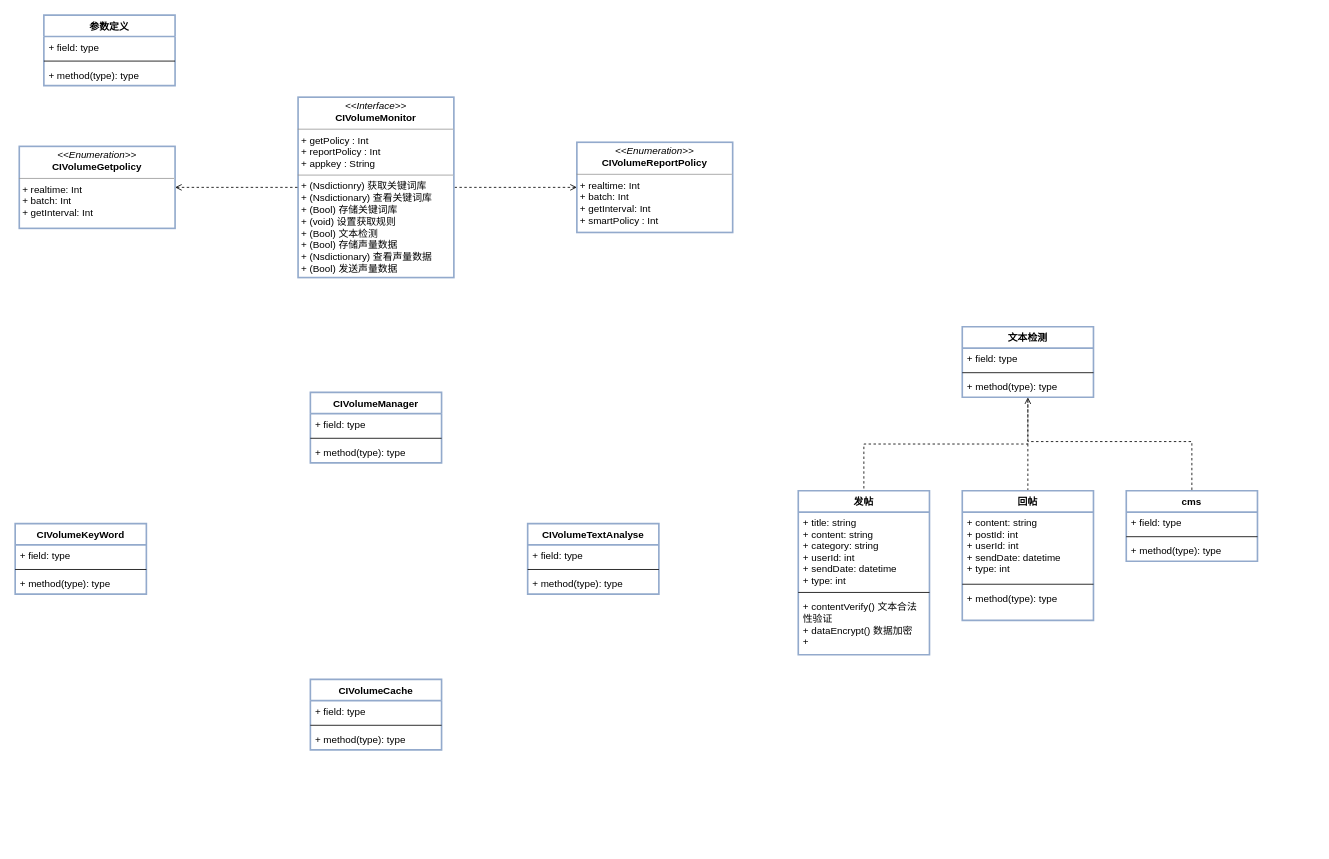
Above: page "Page-3" (3 of 3) of volume system.drawio in ikeyyang/uml (draw.io), before the change. Source tidied: cells renumbered, new cells numbered last; positions are measured from the earlier drawing's top-left corner, leaving out a move shared by most shapes. Both pictures are drawn from the tidied source at 82%, with x=0, y=0 at pixel (15, 15).
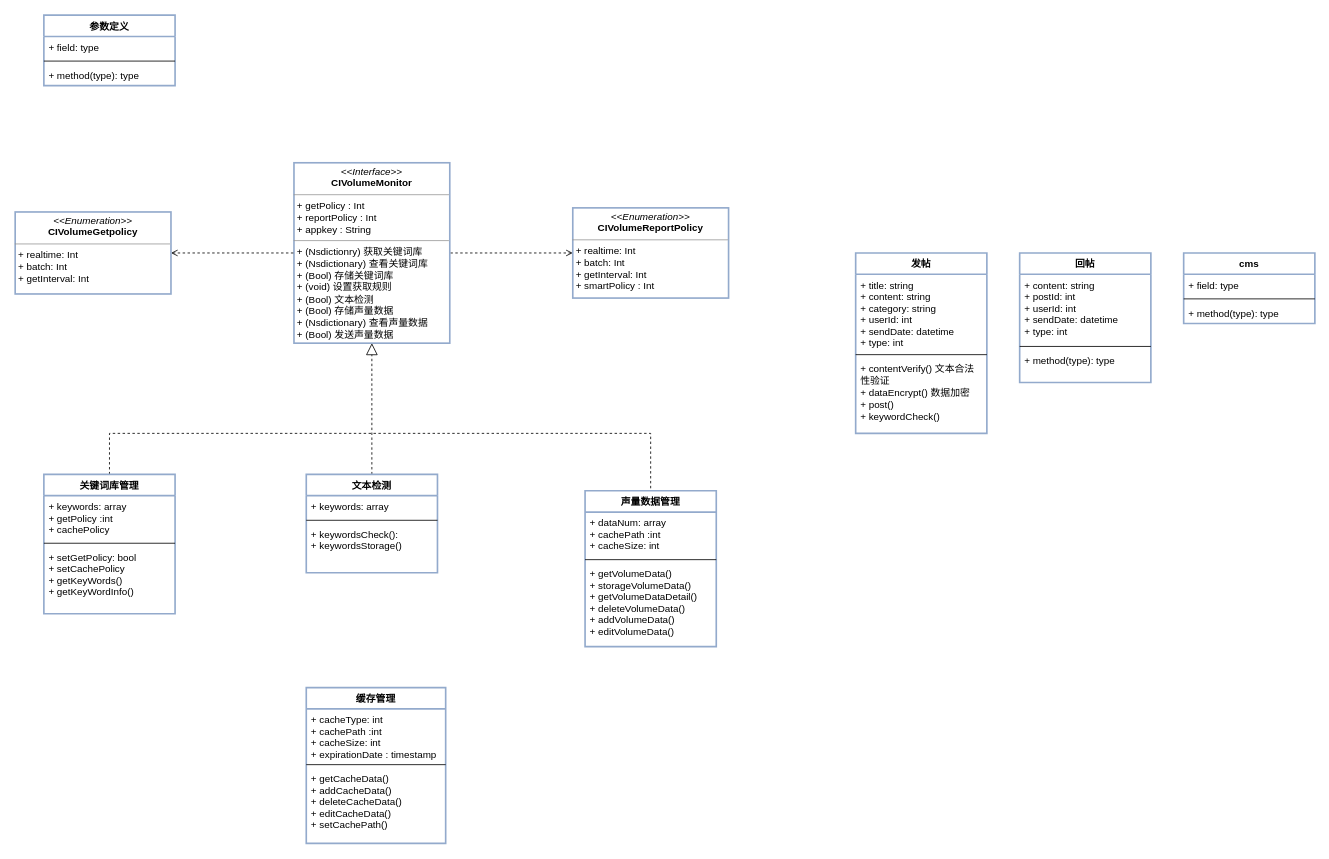
Above is the later version.

What changed in the source:
```diff
@@
-    <mxCell id="6" value="CIVolumeManager" style="swimlane;fontStyle=1;align=center;verticalAlign=top;horizontal=1;startSize=26;strokeColor=#93AACC;strokeWidth=2;fillColor=none;" parent="1" vertex="1">
-      <mxGeometry x="360" y="460" width="160" height="86" as="geometry" />
-    </mxCell>
-    <mxCell id="7" value="+ field: type" style="text;strokeColor=none;fillColor=none;align=left;verticalAlign=top;spacingLeft=4;spacingRight=4;overflow=hidden;" parent="6" vertex="1">
-      <mxGeometry y="26" width="160" height="26" as="geometry" />
-    </mxCell>
-    <mxCell id="8" style="line;strokeWidth=1;fillColor=none;align=left;verticalAlign=middle;spacingTop=-1;spacingLeft=3;spacingRight=3;labelPosition=right;" parent="6" vertex="1">
-      <mxGeometry y="52" width="160" height="8" as="geometry" />
-    </mxCell>
-    <mxCell id="9" value="+ method(type): type" style="text;strokeColor=none;fillColor=none;align=left;verticalAlign=top;spacingLeft=4;spacingRight=4;overflow=hidden;" parent="6" vertex="1">
-      <mxGeometry y="60" width="160" height="26" as="geometry" />
-    </mxCell>
-    <mxCell id="10" style="edgeStyle=orthogonalEdgeStyle;rounded=0;jumpStyle=none;jettySize=auto;html=1;exitX=0;exitY=0.5;exitDx=0;exitDy=0;entryX=1;entryY=0.5;entryDx=0;entryDy=0;dashed=1;startArrow=open;startFill=0;endArrow=none;endFill=0;strokeWidth=1;" parent="1" edge="1" source="14" target="11">
+    <mxCell id="10" style="edgeStyle=orthogonalEdgeStyle;rounded=0;jumpStyle=none;jettySize=auto;html=1;exitX=0;exitY=0.5;exitDx=0;exitDy=0;entryX=1;entryY=0.5;entryDx=0;entryDy=0;startArrow=open;startFill=0;endArrow=none;endFill=0;strokeWidth=1;dashed=1;" parent="1" edge="1" source="14" target="11">
       <mxGeometry relative="1" as="geometry" />
     </mxCell>
     <mxCell id="11" value="&lt;p style=&quot;margin: 0px ; margin-top: 4px ; text-align: center&quot;&gt;&lt;i&gt;&amp;lt;&amp;lt;Interface&amp;gt;&amp;gt;&lt;/i&gt;&lt;br&gt;&lt;span style=&quot;font-weight: 700&quot;&gt;CIVolumeMonitor&lt;/span&gt;&lt;br&gt;&lt;/p&gt;&lt;hr size=&quot;1&quot;&gt;&lt;p style=&quot;margin: 0px ; margin-left: 4px&quot;&gt;+ getPolicy : Int&lt;br&gt;+ reportPolicy : Int&lt;/p&gt;&lt;p style=&quot;margin: 0px ; margin-left: 4px&quot;&gt;+ appkey : String&lt;/p&gt;&lt;hr size=&quot;1&quot;&gt;&lt;p style=&quot;margin: 0px ; margin-left: 4px&quot;&gt;+ (Nsdictionry) 获取关键词库&lt;br&gt;+ (Nsdictionary) 查看关键词库&lt;/p&gt;&lt;p style=&quot;margin: 0px ; margin-left: 4px&quot;&gt;+ (Bool) 存储关键词库&lt;/p&gt;&lt;p style=&quot;margin: 0px ; margin-left: 4px&quot;&gt;+ (void) 设置获取规则&lt;/p&gt;&lt;p style=&quot;margin: 0px ; margin-left: 4px&quot;&gt;+ (Bool) 文本检测&lt;/p&gt;&lt;p style=&quot;margin: 0px ; margin-left: 4px&quot;&gt;+ (Bool) 存储声量数据&lt;/p&gt;&lt;p style=&quot;margin: 0px ; margin-left: 4px&quot;&gt;+ (Nsdictionary) 查看声量数据&lt;/p&gt;&lt;p style=&quot;margin: 0px ; margin-left: 4px&quot;&gt;+ (Bool) 发送声量数据&amp;nbsp;&lt;/p&gt;" style="verticalAlign=top;align=left;overflow=fill;fontSize=12;fontFamily=Helvetica;html=1;strokeColor=#93AACC;strokeWidth=2;fillColor=none;" parent="1" vertex="1">
-      <mxGeometry x="345" y="100" width="190" height="220" as="geometry" />
+      <mxGeometry x="340" y="180" width="190" height="220" as="geometry" />
     </mxCell>
@@
     <mxCell id="13" value="&lt;p style=&quot;margin: 0px ; margin-top: 4px ; text-align: center&quot;&gt;&lt;i&gt;&amp;lt;&amp;lt;Enumeration&amp;gt;&amp;gt;&lt;/i&gt;&lt;br&gt;&lt;b&gt;CIVolumeGetpolicy&lt;/b&gt;&lt;/p&gt;&lt;hr size=&quot;1&quot;&gt;&lt;p style=&quot;margin: 0px ; margin-left: 4px&quot;&gt;+ realtime: Int&lt;br&gt;+ batch: Int&lt;/p&gt;&lt;p style=&quot;margin: 0px ; margin-left: 4px&quot;&gt;+ getInterval: Int&lt;br&gt;&lt;/p&gt;&lt;p style=&quot;margin: 0px ; margin-left: 4px&quot;&gt;&lt;br&gt;&lt;/p&gt;" style="verticalAlign=top;align=left;overflow=fill;fontSize=12;fontFamily=Helvetica;html=1;strokeColor=#93AACC;strokeWidth=2;fillColor=none;" parent="1" vertex="1">
-      <mxGeometry x="5" y="160" width="190" height="100" as="geometry" />
+      <mxGeometry y="240" width="190" height="100" as="geometry" />
     </mxCell>
     <mxCell id="14" value="&lt;p style=&quot;margin: 0px ; margin-top: 4px ; text-align: center&quot;&gt;&lt;i&gt;&amp;lt;&amp;lt;Enumeration&amp;gt;&amp;gt;&lt;/i&gt;&lt;br&gt;&lt;b&gt;CIVolumeReportPolicy&lt;/b&gt;&lt;/p&gt;&lt;hr size=&quot;1&quot;&gt;&lt;p style=&quot;margin: 0px 0px 0px 4px&quot;&gt;+ realtime: Int&lt;br&gt;+ batch: Int&lt;/p&gt;&lt;p style=&quot;margin: 0px 0px 0px 4px&quot;&gt;+ getInterval: Int&lt;/p&gt;&lt;p style=&quot;margin: 0px 0px 0px 4px&quot;&gt;+ smartPolicy : Int&lt;/p&gt;&lt;p style=&quot;margin: 0px ; margin-left: 4px&quot;&gt;&lt;br&gt;&lt;/p&gt;" style="verticalAlign=top;align=left;overflow=fill;fontSize=12;fontFamily=Helvetica;html=1;strokeColor=#93AACC;strokeWidth=2;fillColor=none;" parent="1" vertex="1">
-      <mxGeometry x="685" y="155" width="190" height="110" as="geometry" />
+      <mxGeometry x="680" y="235" width="190" height="110" as="geometry" />
     </mxCell>
-    <mxCell id="15" value="CIVolumeKeyWord" style="swimlane;fontStyle=1;align=center;verticalAlign=top;horizontal=1;startSize=26;strokeColor=#93AACC;strokeWidth=2;fillColor=none;" parent="1" vertex="1">
-      <mxGeometry y="620" width="160" height="86" as="geometry" />
-    </mxCell>
-    <mxCell id="16" value="+ field: type" style="text;strokeColor=none;fillColor=none;align=left;verticalAlign=top;spacingLeft=4;spacingRight=4;overflow=hidden;" parent="15" vertex="1">
-      <mxGeometry y="26" width="160" height="26" as="geometry" />
-    </mxCell>
-    <mxCell id="17" style="line;strokeWidth=1;fillColor=none;align=left;verticalAlign=middle;spacingTop=-1;spacingLeft=3;spacingRight=3;labelPosition=right;" parent="15" vertex="1">
-      <mxGeometry y="52" width="160" height="8" as="geometry" />
-    </mxCell>
-    <mxCell id="18" value="+ method(type): type" style="text;strokeColor=none;fillColor=none;align=left;verticalAlign=top;spacingLeft=4;spacingRight=4;overflow=hidden;" parent="15" vertex="1">
-      <mxGeometry y="60" width="160" height="26" as="geometry" />
-    </mxCell>
-    <mxCell id="19" value="CIVolumeCache" style="swimlane;fontStyle=1;align=center;verticalAlign=top;horizontal=1;startSize=26;strokeColor=#93AACC;strokeWidth=2;fillColor=none;" parent="1" vertex="1">
-      <mxGeometry x="360" y="810" width="160" height="86" as="geometry" />
-    </mxCell>
-    <mxCell id="20" value="+ field: type" style="text;strokeColor=none;fillColor=none;align=left;verticalAlign=top;spacingLeft=4;spacingRight=4;overflow=hidden;" parent="19" vertex="1">
-      <mxGeometry y="26" width="160" height="26" as="geometry" />
-    </mxCell>
-    <mxCell id="21" style="line;strokeWidth=1;fillColor=none;align=left;verticalAlign=middle;spacingTop=-1;spacingLeft=3;spacingRight=3;labelPosition=right;" parent="19" vertex="1">
-      <mxGeometry y="52" width="160" height="8" as="geometry" />
-    </mxCell>
-    <mxCell id="22" value="+ method(type): type" style="text;strokeColor=none;fillColor=none;align=left;verticalAlign=top;spacingLeft=4;spacingRight=4;overflow=hidden;" parent="19" vertex="1">
-      <mxGeometry y="60" width="160" height="26" as="geometry" />
-    </mxCell>
-    <mxCell id="23" value="CIVolumeTextAnalyse" style="swimlane;fontStyle=1;align=center;verticalAlign=top;horizontal=1;startSize=26;strokeColor=#93AACC;strokeWidth=2;fillColor=none;" parent="1" vertex="1">
-      <mxGeometry x="625" y="620" width="160" height="86" as="geometry" />
-    </mxCell>
-    <mxCell id="24" value="+ field: type" style="text;strokeColor=none;fillColor=none;align=left;verticalAlign=top;spacingLeft=4;spacingRight=4;overflow=hidden;" parent="23" vertex="1">
-      <mxGeometry y="26" width="160" height="26" as="geometry" />
-    </mxCell>
-    <mxCell id="25" style="line;strokeWidth=1;fillColor=none;align=left;verticalAlign=middle;spacingTop=-1;spacingLeft=3;spacingRight=3;labelPosition=right;" parent="23" vertex="1">
-      <mxGeometry y="52" width="160" height="8" as="geometry" />
-    </mxCell>
-    <mxCell id="26" value="+ method(type): type" style="text;strokeColor=none;fillColor=none;align=left;verticalAlign=top;spacingLeft=4;spacingRight=4;overflow=hidden;" parent="23" vertex="1">
-      <mxGeometry y="60" width="160" height="26" as="geometry" />
-    </mxCell>
-    <mxCell id="27" style="edgeStyle=orthogonalEdgeStyle;rounded=0;jumpStyle=none;jettySize=auto;html=1;exitX=0.5;exitY=0;exitDx=0;exitDy=0;dashed=1;startArrow=none;startFill=0;endArrow=none;endFill=0;strokeWidth=1;" parent="1" edge="1" source="28">
-      <mxGeometry relative="1" as="geometry">
-        <mxPoint x="1235" y="520" as="targetPoint" />
-      </mxGeometry>
-    </mxCell>
     <mxCell id="28" value="回帖" style="swimlane;fontStyle=1;align=center;verticalAlign=top;horizontal=1;startSize=26;strokeColor=#93AACC;strokeWidth=2;fillColor=none;" parent="1" vertex="1">
-      <mxGeometry x="1155" y="580" width="160" height="158" as="geometry" />
+      <mxGeometry x="1225" y="290" width="160" height="158" as="geometry" />
     </mxCell>
@@
     <mxCell id="32" value="cms" style="swimlane;fontStyle=1;align=center;verticalAlign=top;horizontal=1;startSize=26;strokeColor=#93AACC;strokeWidth=2;fillColor=none;" parent="1" vertex="1">
-      <mxGeometry x="1355" y="580" width="160" height="86" as="geometry" />
+      <mxGeometry x="1425" y="290" width="160" height="86" as="geometry" />
     </mxCell>
@@
-    <mxCell id="36" style="edgeStyle=orthogonalEdgeStyle;rounded=0;jumpStyle=none;jettySize=auto;html=1;exitX=0.5;exitY=1;exitDx=0;exitDy=0;entryX=0.5;entryY=0;entryDx=0;entryDy=0;dashed=1;startArrow=open;startFill=0;endArrow=none;endFill=0;strokeWidth=1;" parent="1" edge="1" source="41" target="37">
-      <mxGeometry relative="1" as="geometry" />
-    </mxCell>
     <mxCell id="37" value="发帖" style="swimlane;fontStyle=1;align=center;verticalAlign=top;horizontal=1;startSize=26;strokeColor=#93AACC;strokeWidth=2;fillColor=none;" parent="1" vertex="1">
-      <mxGeometry x="955" y="580" width="160" height="200" as="geometry" />
+      <mxGeometry x="1025" y="290" width="160" height="220" as="geometry" />
     </mxCell>
@@
-    <mxCell id="40" value="+ contentVerify() 文本合法性验证&#10;+ dataEncrypt() 数据加密&#10;+ " style="text;strokeColor=none;fillColor=none;align=left;verticalAlign=top;spacingLeft=4;spacingRight=4;overflow=hidden;whiteSpace=wrap;" parent="37" vertex="1">
-      <mxGeometry y="128" width="160" height="72" as="geometry" />
+    <mxCell id="40" value="+ contentVerify() 文本合法性验证&#10;+ dataEncrypt() 数据加密&#10;+ post()&#10;+ keywordCheck()" style="text;strokeColor=none;fillColor=none;align=left;verticalAlign=top;spacingLeft=4;spacingRight=4;overflow=hidden;whiteSpace=wrap;" parent="37" vertex="1">
+      <mxGeometry y="128" width="160" height="92" as="geometry" />
     </mxCell>
+    <mxCell id="46" style="edgeStyle=orthogonalEdgeStyle;rounded=0;comic=0;jumpStyle=none;jettySize=auto;html=1;exitX=0.5;exitY=0;exitDx=0;exitDy=0;entryX=0.5;entryY=1;entryDx=0;entryDy=0;shadow=0;startArrow=none;startFill=0;startSize=12;endArrow=block;endFill=0;endSize=12;strokeColor=#000000;strokeWidth=1;fillColor=#FFFFFF;dashed=1;" parent="1" edge="1" source="41" target="11">
+      <mxGeometry relative="1" as="geometry" />
+    </mxCell>
     <mxCell id="41" value="文本检测" style="swimlane;fontStyle=1;align=center;verticalAlign=top;horizontal=1;startSize=26;strokeColor=#93AACC;strokeWidth=2;fillColor=none;" parent="1" vertex="1">
-      <mxGeometry x="1155" y="380" width="160" height="86" as="geometry" />
+      <mxGeometry x="355" y="560" width="160" height="120" as="geometry" />
     </mxCell>
-    <mxCell id="42" value="+ field: type" style="text;strokeColor=none;fillColor=none;align=left;verticalAlign=top;spacingLeft=4;spacingRight=4;overflow=hidden;" parent="41" vertex="1">
+    <mxCell id="42" value="+ keywords: array" style="text;strokeColor=none;fillColor=none;align=left;verticalAlign=top;spacingLeft=4;spacingRight=4;overflow=hidden;" parent="41" vertex="1">
       <mxGeometry y="26" width="160" height="26" as="geometry" />
     </mxCell>
@@
-    <mxCell id="44" value="+ method(type): type" style="text;strokeColor=none;fillColor=none;align=left;verticalAlign=top;spacingLeft=4;spacingRight=4;overflow=hidden;points=[[0,0.5],[1,0.5]];portConstraint=eastwest;" parent="41" vertex="1">
-      <mxGeometry y="60" width="160" height="26" as="geometry" />
+    <mxCell id="44" value="+ keywordsCheck(): &#10;+ keywordsStorage()" style="text;strokeColor=none;fillColor=none;align=left;verticalAlign=top;spacingLeft=4;spacingRight=4;overflow=hidden;points=[[0,0.5],[1,0.5]];portConstraint=eastwest;" parent="41" vertex="1">
+      <mxGeometry y="60" width="160" height="60" as="geometry" />
     </mxCell>
-    <mxCell id="45" style="edgeStyle=orthogonalEdgeStyle;rounded=0;jumpStyle=none;jettySize=auto;html=1;exitX=0.5;exitY=1.154;exitDx=0;exitDy=0;entryX=0.5;entryY=0;entryDx=0;entryDy=0;dashed=1;startArrow=none;startFill=0;endArrow=none;endFill=0;strokeWidth=1;exitPerimeter=0;" parent="1" edge="1" source="44" target="32">
-      <mxGeometry relative="1" as="geometry">
-        <Array as="points">
-          <mxPoint x="1235" y="520" />
-          <mxPoint x="1435" y="520" />
-        </Array>
-      </mxGeometry>
-    </mxCell>
+    <mxCell id="47" style="edgeStyle=orthogonalEdgeStyle;rounded=0;comic=0;jumpStyle=none;jettySize=auto;html=1;exitX=0.5;exitY=0;exitDx=0;exitDy=0;entryX=0.5;entryY=0;entryDx=0;entryDy=0;shadow=0;startArrow=none;startFill=0;startSize=12;endArrow=none;endFill=0;endSize=12;strokeColor=#000000;strokeWidth=1;fillColor=#FFFFFF;dashed=1;" parent="1" edge="1" source="48" target="52">
+      <mxGeometry relative="1" as="geometry">
+        <Array as="points">
+          <mxPoint x="115" y="510" />
+          <mxPoint x="775" y="510" />
+        </Array>
+      </mxGeometry>
+    </mxCell>
+    <mxCell id="48" value="关键词库管理" style="swimlane;fontStyle=1;align=center;verticalAlign=top;horizontal=1;startSize=26;strokeColor=#93AACC;strokeWidth=2;fillColor=none;" parent="1" vertex="1">
+      <mxGeometry x="35" y="560" width="160" height="170" as="geometry" />
+    </mxCell>
+    <mxCell id="49" value="+ keywords: array&#10;+ getPolicy :int&#10;+ cachePolicy" style="text;strokeColor=none;fillColor=none;align=left;verticalAlign=top;spacingLeft=4;spacingRight=4;overflow=hidden;" parent="48" vertex="1">
+      <mxGeometry y="26" width="160" height="54" as="geometry" />
+    </mxCell>
+    <mxCell id="50" style="line;strokeWidth=1;fillColor=none;align=left;verticalAlign=middle;spacingTop=-1;spacingLeft=3;spacingRight=3;labelPosition=right;" parent="48" vertex="1">
+      <mxGeometry y="80" width="160" height="8" as="geometry" />
+    </mxCell>
+    <mxCell id="51" value="+ setGetPolicy: bool&#10;+ setCachePolicy&#10;+ getKeyWords()&#10;+ getKeyWordInfo()&#10;" style="text;strokeColor=none;fillColor=none;align=left;verticalAlign=top;spacingLeft=4;spacingRight=4;overflow=hidden;" parent="48" vertex="1">
+      <mxGeometry y="88" width="160" height="82" as="geometry" />
+    </mxCell>
+    <mxCell id="52" value="声量数据管理" style="swimlane;fontStyle=1;align=center;verticalAlign=top;horizontal=1;startSize=26;strokeColor=#93AACC;strokeWidth=2;fillColor=none;" parent="1" vertex="1">
+      <mxGeometry x="695" y="580" width="160" height="190" as="geometry" />
+    </mxCell>
+    <mxCell id="53" value="+ dataNum: array&#10;+ cachePath :int&#10;+ cacheSize: int" style="text;strokeColor=none;fillColor=none;align=left;verticalAlign=top;spacingLeft=4;spacingRight=4;overflow=hidden;" parent="52" vertex="1">
+      <mxGeometry y="26" width="160" height="54" as="geometry" />
+    </mxCell>
+    <mxCell id="54" style="line;strokeWidth=1;fillColor=none;align=left;verticalAlign=middle;spacingTop=-1;spacingLeft=3;spacingRight=3;labelPosition=right;" parent="52" vertex="1">
+      <mxGeometry y="80" width="160" height="8" as="geometry" />
+    </mxCell>
+    <mxCell id="55" value="+ getVolumeData()&#10;+ storageVolumeData()&#10;+ getVolumeDataDetail()&#10;+ deleteVolumeData()&#10;+ addVolumeData()&#10;+ editVolumeData()" style="text;strokeColor=none;fillColor=none;align=left;verticalAlign=top;spacingLeft=4;spacingRight=4;overflow=hidden;" parent="52" vertex="1">
+      <mxGeometry y="88" width="160" height="102" as="geometry" />
+    </mxCell>
+    <mxCell id="56" value="缓存管理" style="swimlane;fontStyle=1;align=center;verticalAlign=top;horizontal=1;startSize=26;strokeColor=#93AACC;strokeWidth=2;fillColor=none;" parent="1" vertex="1">
+      <mxGeometry x="355" y="820" width="170" height="190" as="geometry" />
+    </mxCell>
+    <mxCell id="57" value="+ cacheType: int&#10;+ cachePath :int&#10;+ cacheSize: int&#10;+ expirationDate : timestamp" style="text;strokeColor=none;fillColor=none;align=left;verticalAlign=top;spacingLeft=4;spacingRight=4;overflow=hidden;" parent="56" vertex="1">
+      <mxGeometry y="26" width="170" height="64" as="geometry" />
+    </mxCell>
+    <mxCell id="58" style="line;strokeWidth=1;fillColor=none;align=left;verticalAlign=middle;spacingTop=-1;spacingLeft=3;spacingRight=3;labelPosition=right;" parent="56" vertex="1">
+      <mxGeometry y="90" width="170" height="8" as="geometry" />
+    </mxCell>
+    <mxCell id="59" value="+ getCacheData()&#10;+ addCacheData()&#10;+ deleteCacheData()&#10;+ editCacheData()&#10;+ setCachePath()" style="text;strokeColor=none;fillColor=none;align=left;verticalAlign=top;spacingLeft=4;spacingRight=4;overflow=hidden;" parent="56" vertex="1">
+      <mxGeometry y="98" width="170" height="92" as="geometry" />
+    </mxCell>
```
